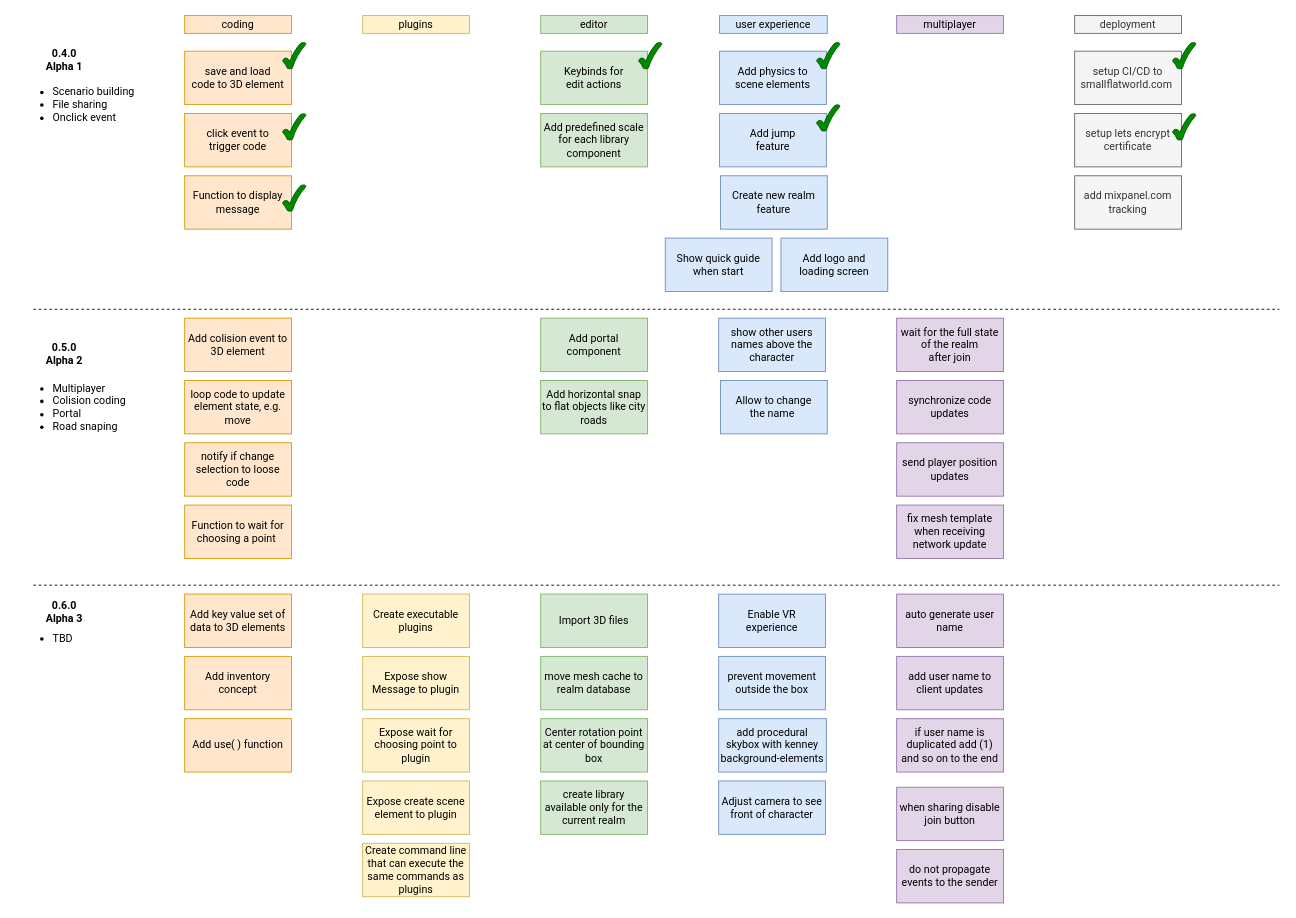
The draw.io diagram small-flat-world-roadmap.drawio in hamilton-lima/smallflatworld, before the edit. Source tidied: cells renumbered, new cells numbered last; positions are measured from the earlier drawing's top-left corner, leaving out a move shared by most shapes. Both pictures are drawn from the tidied source at 89%, with x=0, y=0 at pixel (15, 15).
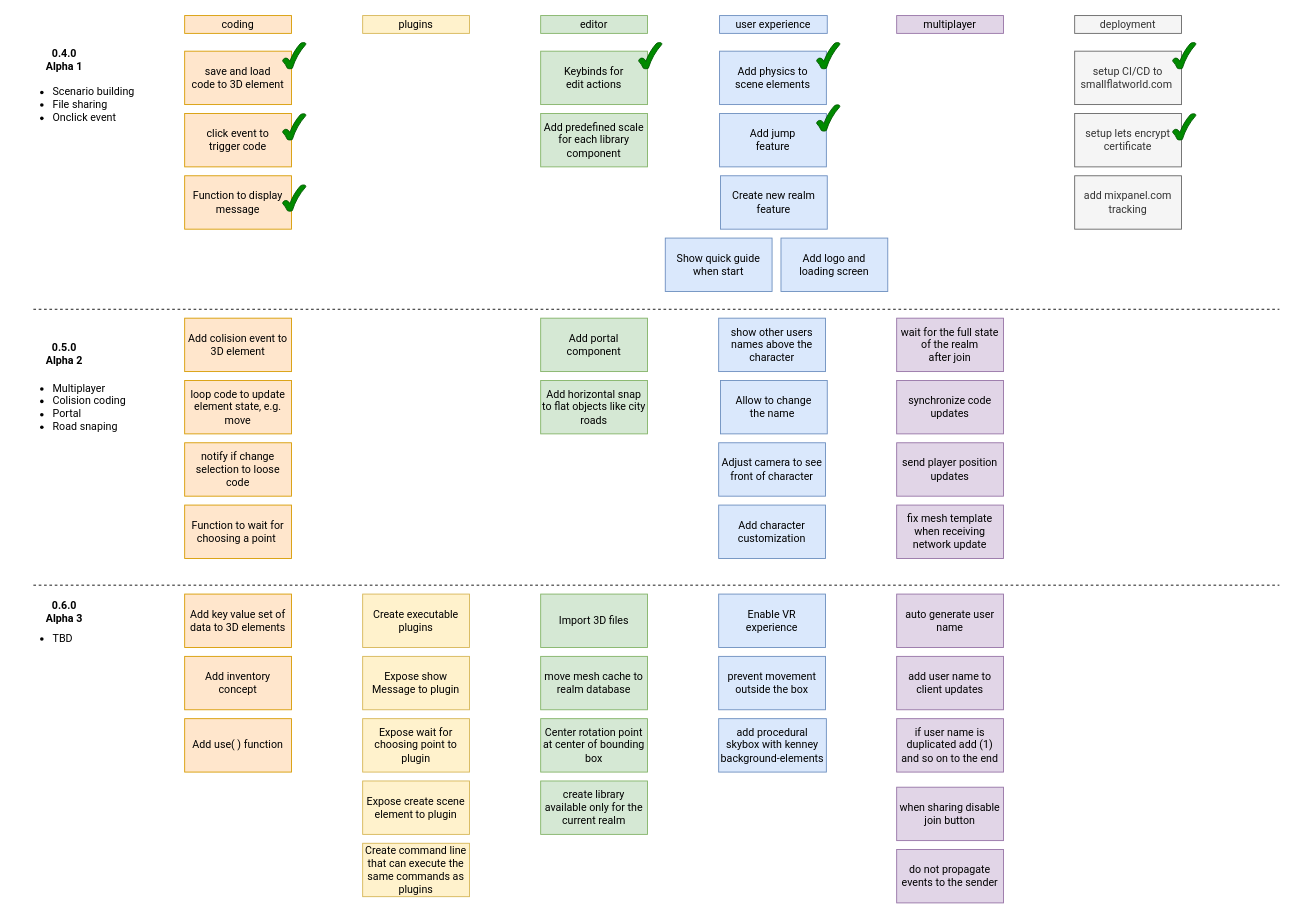
The same diagram, later.

Diff of the diagram source:
```diff
@@
     <mxCell id="57" value="Adjust camera to see front of character" style="rounded=0;whiteSpace=wrap;html=1;fontFamily=Roboto;fillColor=#dae8fc;strokeColor=#6c8ebf;" parent="1" vertex="1">
-      <mxGeometry x="790" y="860" width="120" height="60" as="geometry" />
+      <mxGeometry x="790" y="480" width="120" height="60" as="geometry" />
     </mxCell>
@@
+    <mxCell id="70" value="Add character customization" style="rounded=0;whiteSpace=wrap;html=1;fontFamily=Roboto;fillColor=#dae8fc;strokeColor=#6c8ebf;" parent="1" vertex="1">
+      <mxGeometry x="790" y="550" width="120" height="60" as="geometry" />
+    </mxCell>
```
